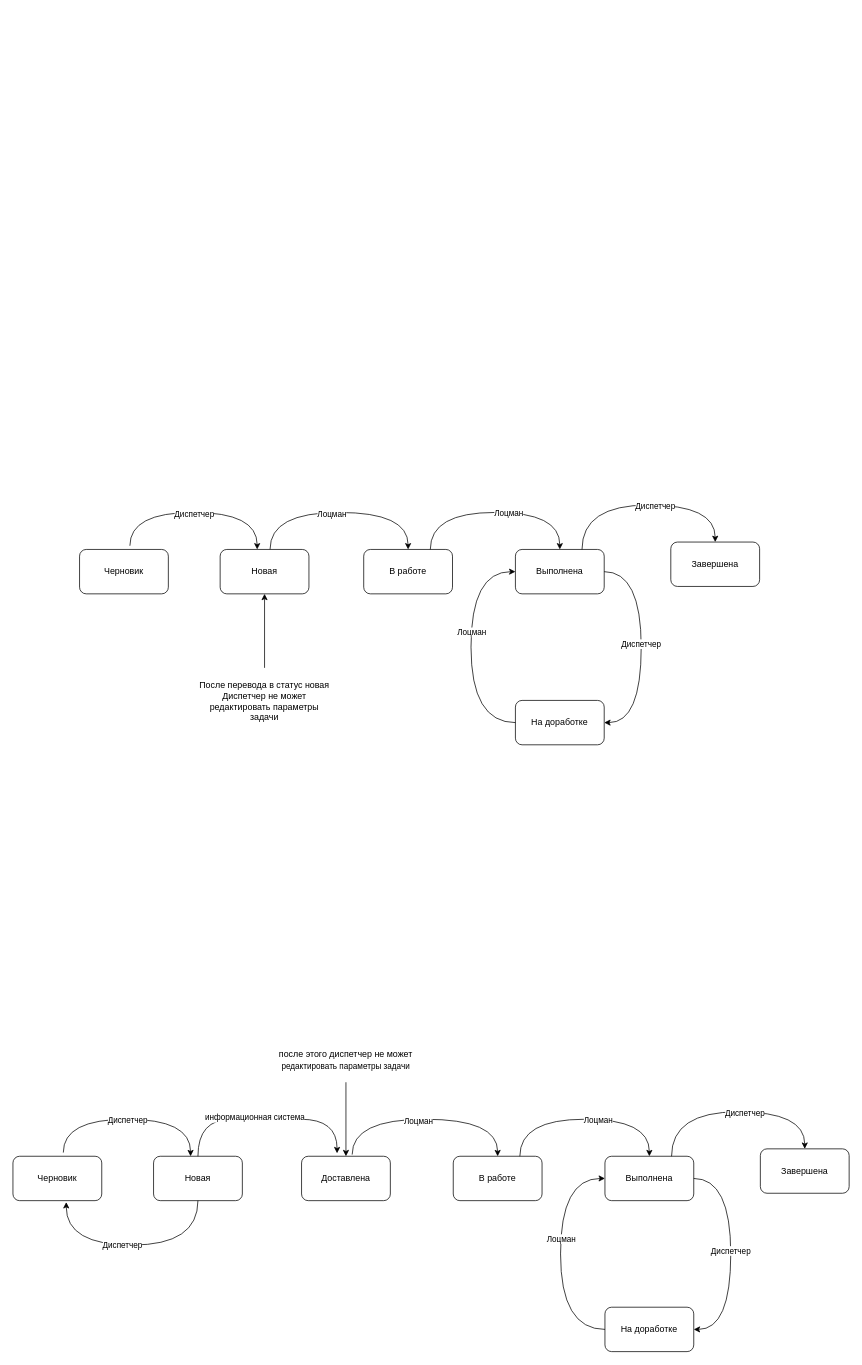
Before: page "Состояния задач" (14 of 14) of Pilot Схема потоков данных.drawio in aaf1974/ProjectDiagram, a draw.io diagram. Source tidied: cells renumbered, new cells numbered last; positions are measured from the earlier drawing's top-left corner, leaving out a move shared by most shapes. Both pictures are drawn from the tidied source at 74%, with x=0, y=0 at pixel (13, 505).
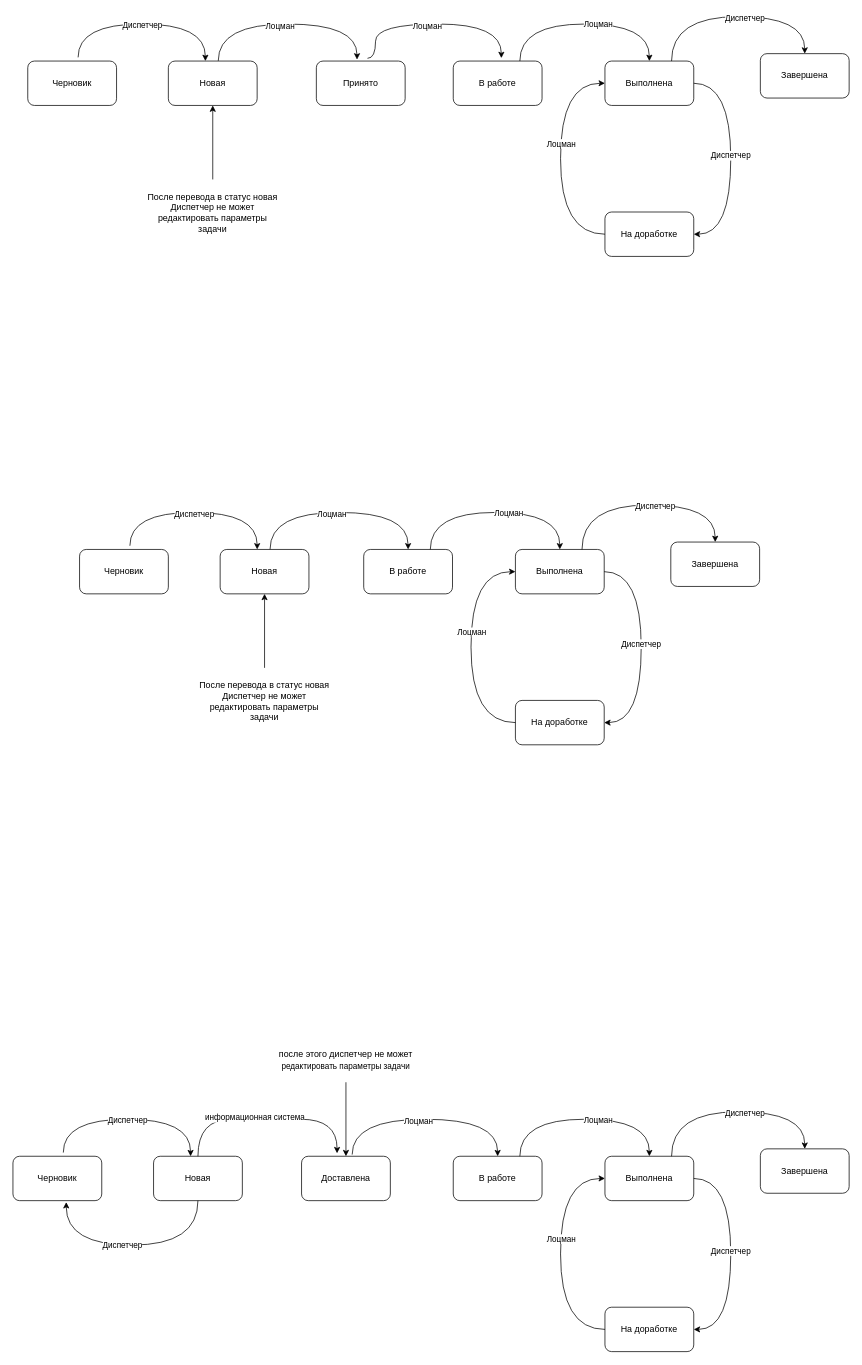
The same diagram, later.

Diff of the diagram source:
```diff
@@
+    <mxCell id="47" value="Черновик" style="rounded=1;whiteSpace=wrap;html=1;" parent="1" vertex="1">
+      <mxGeometry x="20" y="-600" width="120" height="60" as="geometry" />
+    </mxCell>
+    <mxCell id="48" value="Новая" style="rounded=1;whiteSpace=wrap;html=1;" parent="1" vertex="1">
+      <mxGeometry x="210" y="-600" width="120" height="60" as="geometry" />
+    </mxCell>
+    <mxCell id="49" style="endArrow=classic;html=1;rounded=0;edgeStyle=orthogonalEdgeStyle;curved=1;exitX=0.567;exitY=-0.083;exitDx=0;exitDy=0;exitPerimeter=0;entryX=0.417;entryY=0;entryDx=0;entryDy=0;entryPerimeter=0;" parent="1" edge="1" source="47" target="48">
+      <mxGeometry relative="1" as="geometry">
+        <Array as="points">
+          <mxPoint x="88" y="-650" />
+          <mxPoint x="260" y="-650" />
+        </Array>
+      </mxGeometry>
+    </mxCell>
+    <mxCell id="50" value="Диспетчер" style="edgeLabel;html=1;align=center;verticalAlign=middle;" parent="49" vertex="1">
+      <mxGeometry x="-0.01" y="-1" relative="1" as="geometry" />
+    </mxCell>
+    <mxCell id="51" value="В работе" style="rounded=1;whiteSpace=wrap;html=1;" parent="1" vertex="1">
+      <mxGeometry x="595" y="-600" width="120" height="60" as="geometry" />
+    </mxCell>
+    <mxCell id="52" style="endArrow=classic;html=1;rounded=0;exitX=0.562;exitY=-0.004;exitDx=0;exitDy=0;edgeStyle=orthogonalEdgeStyle;curved=1;exitPerimeter=0;entryX=0.458;entryY=-0.033;entryDx=0;entryDy=0;entryPerimeter=0;" parent="1" edge="1" source="48" target="67">
+      <mxGeometry relative="1" as="geometry">
+        <Array as="points">
+          <mxPoint x="277" y="-650" />
+          <mxPoint x="465" y="-650" />
+        </Array>
+      </mxGeometry>
+    </mxCell>
+    <mxCell id="53" value="Лоцман" style="edgeLabel;html=1;align=center;verticalAlign=middle;" parent="52" vertex="1">
+      <mxGeometry x="-0.07" y="-2" relative="1" as="geometry" />
+    </mxCell>
+    <mxCell id="54" value="Выполнена" style="rounded=1;whiteSpace=wrap;html=1;" parent="1" vertex="1">
+      <mxGeometry x="800" y="-600" width="120" height="60" as="geometry" />
+    </mxCell>
+    <mxCell id="55" style="endArrow=classic;html=1;rounded=0;exitX=0.75;exitY=0;exitDx=0;exitDy=0;entryX=0.5;entryY=0;entryDx=0;entryDy=0;edgeStyle=orthogonalEdgeStyle;curved=1;" parent="1" edge="1" source="51" target="54">
+      <mxGeometry relative="1" as="geometry">
+        <Array as="points">
+          <mxPoint x="685" y="-650" />
+          <mxPoint x="860" y="-650" />
+        </Array>
+      </mxGeometry>
+    </mxCell>
+    <mxCell id="56" value="Лоцман" style="edgeLabel;html=1;align=center;verticalAlign=middle;" parent="55" vertex="1">
+      <mxGeometry x="0.13" relative="1" as="geometry" />
+    </mxCell>
+    <mxCell id="57" value="На доработке" style="rounded=1;whiteSpace=wrap;html=1;" parent="1" vertex="1">
+      <mxGeometry x="800" y="-396" width="120" height="60" as="geometry" />
+    </mxCell>
+    <mxCell id="58" value="Завершена" style="rounded=1;whiteSpace=wrap;html=1;" parent="1" vertex="1">
+      <mxGeometry x="1010" y="-610" width="120" height="60" as="geometry" />
+    </mxCell>
+    <mxCell id="59" style="endArrow=classic;html=1;rounded=0;exitX=0.75;exitY=0;exitDx=0;exitDy=0;edgeStyle=orthogonalEdgeStyle;curved=1;" parent="1" edge="1" source="54">
+      <mxGeometry relative="1" as="geometry">
+        <mxPoint x="1070" y="-610" as="targetPoint" />
+        <Array as="points">
+          <mxPoint x="890" y="-660" />
+          <mxPoint x="1070" y="-660" />
+        </Array>
+      </mxGeometry>
+    </mxCell>
+    <mxCell id="60" value="Диспетчер" style="edgeLabel;html=1;align=center;verticalAlign=middle;" parent="59" vertex="1">
+      <mxGeometry x="0.09" y="-1" relative="1" as="geometry" />
+    </mxCell>
+    <mxCell id="61" style="endArrow=classic;html=1;rounded=0;exitX=1;exitY=0.5;exitDx=0;exitDy=0;entryX=1;entryY=0.5;entryDx=0;entryDy=0;edgeStyle=orthogonalEdgeStyle;curved=1;" parent="1" edge="1" source="54" target="57">
+      <mxGeometry relative="1" as="geometry">
+        <Array as="points">
+          <mxPoint x="970" y="-570" />
+          <mxPoint x="970" y="-366" />
+        </Array>
+      </mxGeometry>
+    </mxCell>
+    <mxCell id="62" value="Диспетчер" style="edgeLabel;html=1;align=center;verticalAlign=middle;" parent="61" vertex="1">
+      <mxGeometry x="-0.03" y="-1" relative="1" as="geometry" />
+    </mxCell>
+    <mxCell id="63" style="endArrow=classic;html=1;rounded=0;entryX=0;entryY=0.5;entryDx=0;entryDy=0;exitX=0;exitY=0.5;exitDx=0;exitDy=0;edgeStyle=orthogonalEdgeStyle;curved=1;" parent="1" edge="1" source="57" target="54">
+      <mxGeometry relative="1" as="geometry">
+        <Array as="points">
+          <mxPoint x="740" y="-366" />
+          <mxPoint x="740" y="-570" />
+        </Array>
+      </mxGeometry>
+    </mxCell>
+    <mxCell id="64" value="Лоцман" style="edgeLabel;html=1;align=center;verticalAlign=middle;" parent="63" vertex="1">
+      <mxGeometry x="0.13" relative="1" as="geometry" />
+    </mxCell>
+    <mxCell id="65" style="edgeStyle=orthogonalEdgeStyle;rounded=0;jettySize=auto;html=1;" parent="1" edge="1" source="66" target="48">
+      <mxGeometry relative="1" as="geometry" />
+    </mxCell>
+    <mxCell id="66" value="После перевода в статус новая Диспетчер не может редактировать параметры задачи" style="text;html=1;strokeColor=none;fillColor=none;align=center;verticalAlign=middle;whiteSpace=wrap;rounded=0;" parent="1" vertex="1">
+      <mxGeometry x="175" y="-440" width="190" height="90" as="geometry" />
+    </mxCell>
+    <mxCell id="67" value="Принято" style="rounded=1;whiteSpace=wrap;html=1;" parent="1" vertex="1">
+      <mxGeometry x="410" y="-600" width="120" height="60" as="geometry" />
+    </mxCell>
+    <mxCell id="68" style="endArrow=classic;html=1;rounded=0;exitX=0.576;exitY=-0.061;exitDx=0;exitDy=0;edgeStyle=orthogonalEdgeStyle;curved=1;exitPerimeter=0;" parent="1" edge="1" source="67">
+      <mxGeometry relative="1" as="geometry">
+        <mxPoint x="660" y="-604" as="targetPoint" />
+        <Array as="points">
+          <mxPoint x="490" y="-604" />
+          <mxPoint x="490" y="-650" />
+          <mxPoint x="660" y="-650" />
+        </Array>
+      </mxGeometry>
+    </mxCell>
+    <mxCell id="69" value="Лоцман" style="edgeLabel;html=1;align=center;verticalAlign=middle;" parent="68" vertex="1">
+      <mxGeometry x="-0.07" y="-2" relative="1" as="geometry" />
+    </mxCell>
```
